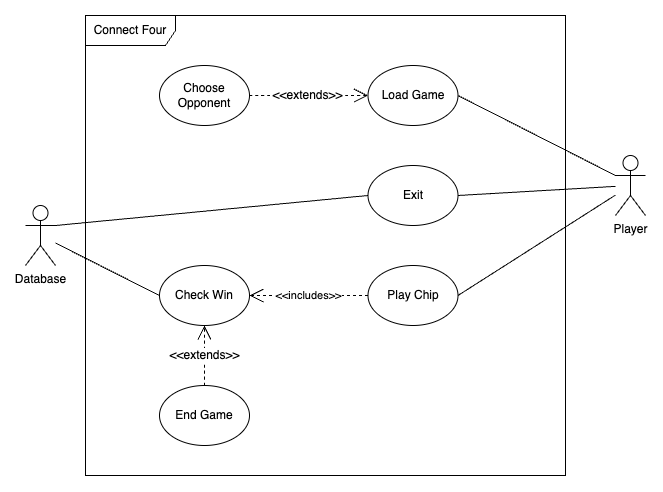
Earlier version of the draw.io export connect_four_use_case_diagram.png (farshadislam/Socketed-Multigame-GUI). Source tidied: cells renumbered, new cells last; positions are measured from the earlier drawing's top-left corner, leaving out a move shared by most shapes.
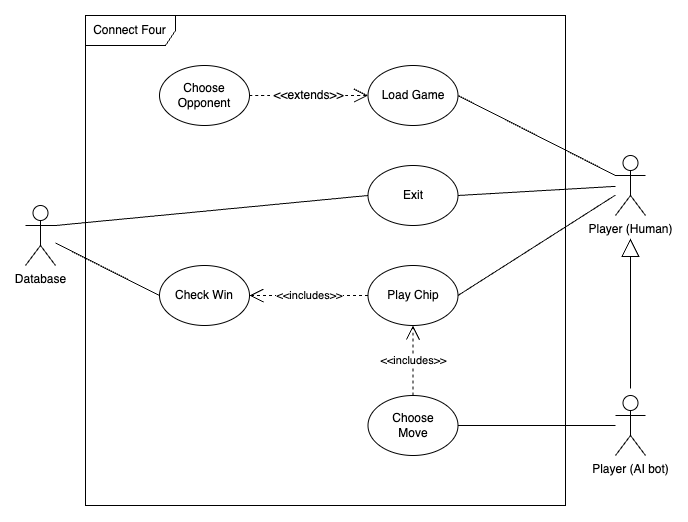
After the commit.

Commit message:
Edited connect_four_use_case_diagram.png to include an AI bot actor and relevant use cases

The edit, as a diff of the source:
```diff
@@ -3,9 +3,9 @@
     <mxCell id="0" />
     <mxCell id="1" parent="0" />
     <mxCell id="2" value="Connect Four" style="shape=umlFrame;whiteSpace=wrap;html=1;width=90;height=30;" parent="1" vertex="1">
-      <mxGeometry x="60" width="480" height="460" as="geometry" />
+      <mxGeometry x="60" width="480" height="490" as="geometry" />
     </mxCell>
-    <mxCell id="3" value="Player" style="shape=umlActor;verticalLabelPosition=bottom;verticalAlign=top;html=1;outlineConnect=0;" parent="1" vertex="1">
+    <mxCell id="3" value="Player (Human)" style="shape=umlActor;verticalLabelPosition=bottom;verticalAlign=top;html=1;outlineConnect=0;" parent="1" vertex="1">
       <mxGeometry x="590" y="140" width="30" height="60" as="geometry" />
     </mxCell>
     <mxCell id="4" value="Load Game" style="ellipse;whiteSpace=wrap;html=1;" parent="1" vertex="1">
@@ -14,9 +14,6 @@
     <mxCell id="5" value="Play Chip" style="ellipse;whiteSpace=wrap;html=1;" parent="1" vertex="1">
       <mxGeometry x="342.5" y="250" width="90" height="60" as="geometry" />
     </mxCell>
-    <mxCell id="6" value="End Game" style="ellipse;whiteSpace=wrap;html=1;" parent="1" vertex="1">
-      <mxGeometry x="134" y="370" width="90" height="60" as="geometry" />
-    </mxCell>
     <mxCell id="7" value="Check Win" style="ellipse;whiteSpace=wrap;html=1;" parent="1" vertex="1">
       <mxGeometry x="134" y="250" width="90" height="60" as="geometry" />
     </mxCell>
@@ -29,9 +26,6 @@
     <mxCell id="10" style="endArrow=none;html=1;rounded=0;exitX=1;exitY=0.5;exitDx=0;exitDy=0;" parent="1" edge="1" source="17" target="3">
       <mxGeometry relative="1" as="geometry" />
     </mxCell>
-    <mxCell id="11" value="&amp;lt;&amp;lt;extends&amp;gt;&amp;gt;" style="endArrow=open;endSize=12;dashed=1;html=1;rounded=0;fontSize=12;curved=1;entryX=0.5;entryY=1;entryDx=0;entryDy=0;exitX=0.5;exitY=0;exitDx=0;exitDy=0;" parent="1" edge="1" source="6" target="7">
-      <mxGeometry relative="1" as="geometry" />
-    </mxCell>
     <mxCell id="12" value="Database" style="shape=umlActor;verticalLabelPosition=bottom;verticalAlign=top;html=1;outlineConnect=0;" parent="1" vertex="1">
       <mxGeometry y="190" width="30" height="60" as="geometry" />
     </mxCell>
@@ -53,5 +47,23 @@
     <mxCell id="18" style="endArrow=none;html=1;rounded=0;entryX=0;entryY=0.5;entryDx=0;entryDy=0;exitX=1;exitY=0.3333333333333333;exitDx=0;exitDy=0;exitPerimeter=0;" parent="1" edge="1" source="12" target="17">
       <mxGeometry relative="1" as="geometry" />
     </mxCell>
+    <mxCell id="19" value="Player (AI bot)" style="shape=umlActor;verticalLabelPosition=bottom;verticalAlign=top;html=1;outlineConnect=0;" parent="1" vertex="1">
+      <mxGeometry x="590" y="380" width="30" height="60" as="geometry" />
+    </mxCell>
+    <mxCell id="20" value="Choose&lt;div&gt;Move&lt;/div&gt;" style="ellipse;whiteSpace=wrap;html=1;" parent="1" vertex="1">
+      <mxGeometry x="342.5" y="380" width="90" height="60" as="geometry" />
+    </mxCell>
+    <mxCell id="21" style="endArrow=none;html=1;rounded=0;exitX=1;exitY=0.5;exitDx=0;exitDy=0;" parent="1" edge="1" source="20" target="19">
+      <mxGeometry relative="1" as="geometry" />
+    </mxCell>
+    <mxCell id="22" value="&amp;lt;&amp;lt;includes&amp;gt;&amp;gt;" style="endArrow=open;endSize=12;dashed=1;html=1;rounded=0;entryX=0.5;entryY=1;entryDx=0;entryDy=0;exitX=0.5;exitY=0;exitDx=0;exitDy=0;" parent="1" edge="1" source="20" target="5">
+      <mxGeometry relative="1" as="geometry" />
+    </mxCell>
+    <mxCell id="23" style="endArrow=block;endSize=16;endFill=0;html=1;rounded=0;" parent="1" edge="1">
+      <mxGeometry relative="1" as="geometry">
+        <mxPoint x="605" y="373" as="sourcePoint" />
+        <mxPoint x="605" y="223" as="targetPoint" />
+      </mxGeometry>
+    </mxCell>
   </root>
 </mxGraphModel>
```
